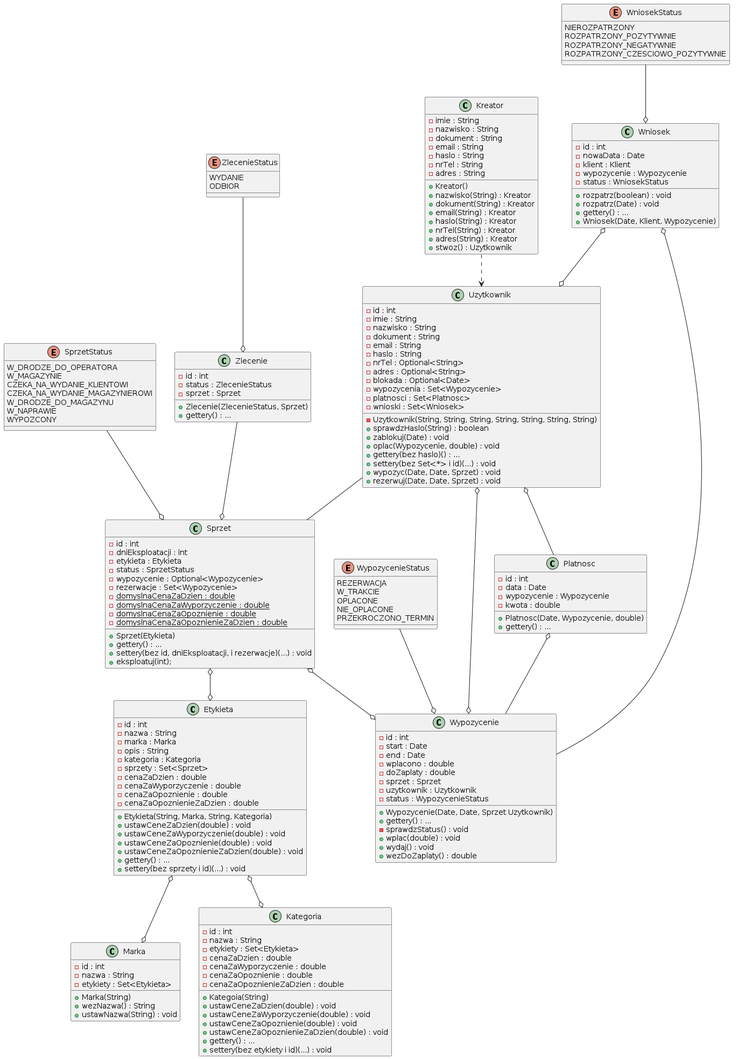
Before: out/diagramy_klas/wszystko/sprzet.png, a diagram exported from PlantUML (KoduraS/IO-project-RentalAid).
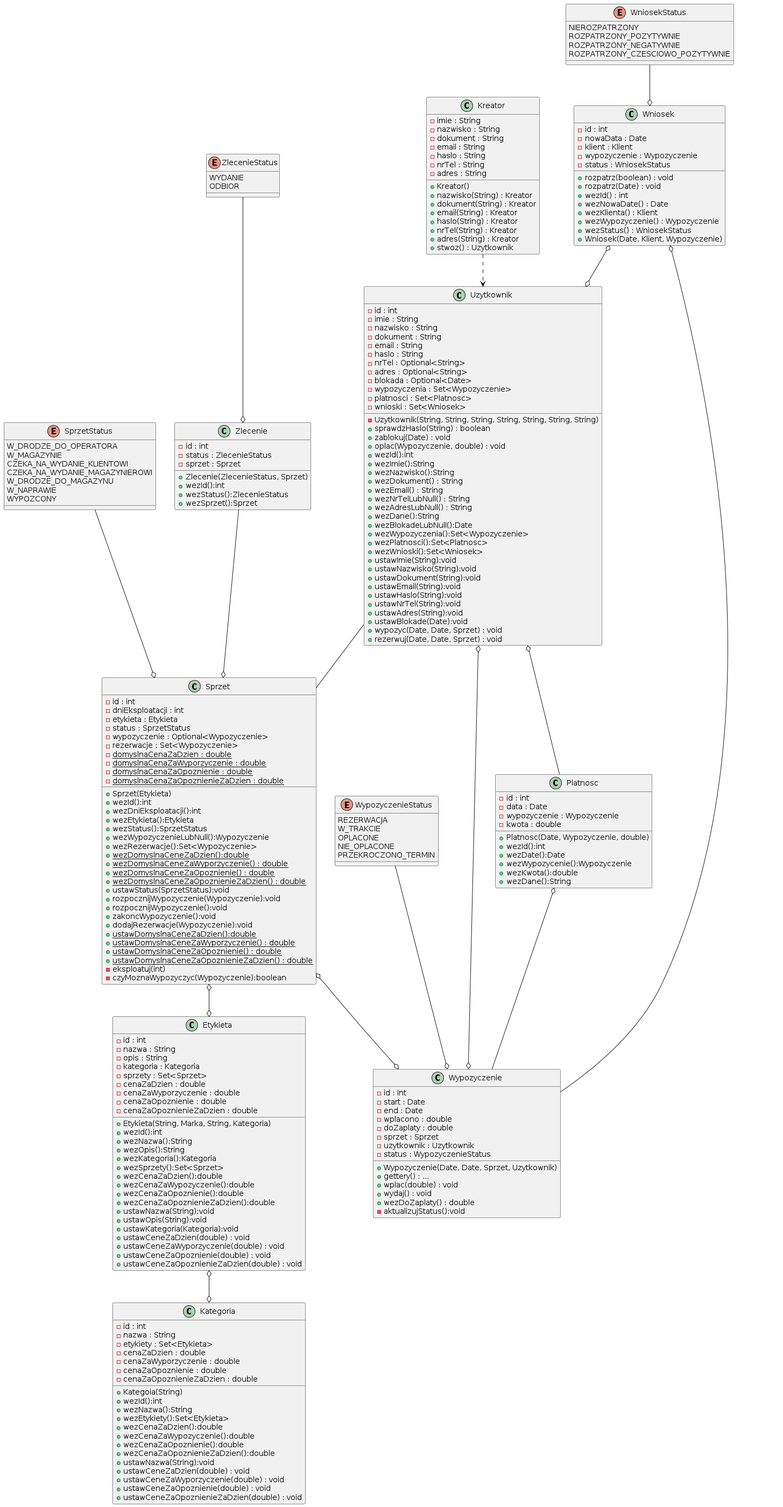
The same file after the commit.

Commit message:
Uzupełnienie getterów i setter na diagramie klas sprzętu.

What changed in the source:
```diff
@@ -1,9 +1,7 @@
-@startuml sprzet
-
-	class "Etykieta" as ETY {
+@startuml
+class "Etykieta" as ETY {
 		- id : int
 		- nazwa : String
-		- marka : Marka
 		- opis : String
 		- kategoria : Kategoria
 		- sprzety : Set<Sprzet>
@@ -12,21 +10,22 @@
 		- cenaZaOpoznienie : double
 		- cenaZaOpoznienieZaDzien : double
 		+ Etykieta(String, Marka, String, Kategoria)
+		+ wezId():int
+		+ wezNazwa():String
+		+ wezOpis():String
+		+ wezKategoria():Kategoria
+		+ wezSprzety():Set<Sprzet>
+		+ wezCenaZaDzien():double
+		+ wezCenaZaWypozyczenie():double
+		+ wezCenaZaOpoznienie():double
+		+ wezCenaZaOpoznienieZaDzien():double
+		+ ustawNazwa(String):void
+		+ ustawOpis(String):void
+		+ ustawKategoria(Kategoria):void
 		+ ustawCeneZaDzien(double) : void
 		+ ustawCeneZaWyporzyczenie(double) : void
 		+ ustawCeneZaOpoznienie(double) : void
 		+ ustawCeneZaOpoznienieZaDzien(double) : void
-		+ gettery() : ...
-		+ settery(bez sprzety i id)(...) : void
-	}
-
-	class "Marka" as MAR {
-		- id : int
-		- nazwa : String
-		- etykiety : Set<Etykieta>
-		+ Marka(String)
-		+ wezNazwa() : String
-		+ ustawNazwa(String) : void
 	}
 
 	class "Kategoria" as KAT {
@@ -38,12 +37,18 @@
 		- cenaZaOpoznienie : double
 		- cenaZaOpoznienieZaDzien : double
 		+ Kategoia(String)
+		+ wezId():int
+		+ wezNazwa():String
+		+ wezEtykiety():Set<Etykieta>
+		+ wezCenaZaDzien():double
+		+ wezCenaZaWypozyczenie():double
+		+ wezCenaZaOpoznienie():double
+		+ wezCenaZaOpoznienieZaDzien():double
+		+ ustawNazwa(String):void
 		+ ustawCeneZaDzien(double) : void
 		+ ustawCeneZaWyporzyczenie(double) : void
 		+ ustawCeneZaOpoznienie(double) : void
 		+ ustawCeneZaOpoznienieZaDzien(double) : void
-		+ gettery() : ...
-		+ settery(bez etykiety i id)(...) : void
 	}
 
 	class "Sprzet" as SPR {
@@ -51,16 +56,34 @@
 		- dniEksploatacji : int
 		- etykieta : Etykieta
 		- status : SprzetStatus
-		- wypozycenie : Optional<Wypozycenie>
-		- rezerwacje : Set<Wypozycenie>
+		- wypozyczenie : Optional<Wypozyczenie>
+		- rezerwacje : Set<Wypozyczenie>
 		- {static} domyslnaCenaZaDzien : double
 		- {static} domyslnaCenaZaWyporzyczenie : double
 		- {static} domyslnaCenaZaOpoznienie : double
 		- {static} domyslnaCenaZaOpoznienieZaDzien : double
 		+ Sprzet(Etykieta)
-		+ gettery() : ...
-		+ settery(bez id, dniEksploatacji, i rezerwacje)(...) : void
-		+ eksploatuj(int);
+		+ wezId():int
+		+ wezDniEksploatacji():int
+		+ wezEtykieta():Etykieta
+		+ wezStatus():SprzetStatus
+		+ wezWypozyczenieLubNull():Wypozyczenie
+		+ wezRezerwacje():Set<Wypozyczenie>
+		+ {static} wezDomyslnaCeneZaDzien():double
+		+ {static} wezDomyslnaCeneZaWyporzyczenie() : double
+		+ {static} wezDomyslnaCeneZaOpoznienie() : double
+		+ {static} wezDomyslnaCeneZaOpoznienieZaDzien() : double
+		+ ustawStatus(SprzetStatus):void
+		+ rozpocznijWypozyczenie(Wypozyczenie):void
+		+ rozpocznijWypozyczenie():void
+		+ zakoncWypozyczenie():void
+		+ dodajRezerwacje(Wypozyczenie):void
+		+ {static} ustawDomyslnaCeneZaDzien():double
+		+ {static} ustawDomyslnaCeneZaWyporzyczenie() : double
+		+ {static} ustawDomyslnaCeneZaOpoznienie() : double
+		+ {static} ustawDomyslnaCeneZaOpoznienieZaDzien() : double
+		- eksploatuj(int)
+		- czyMoznaWypozyczyc(Wypozyczenie):boolean
 	}
 
 	enum "SprzetStatus" as SPS {
@@ -74,7 +97,7 @@
 	}
 
 
-	class "Wypozycenie" as WYP {
+	class "Wypozyczenie" as WYP {
 		- id : int
 		- start : Date
 		- end : Date
@@ -82,16 +105,16 @@
 		- doZaplaty : double
 		- sprzet : Sprzet
 		- uzytkownik : Uzytkownik
-		- status : WypozycenieStatus
-		+ Wypozycenie(Date, Date, Sprzet Uzytkownik)
+		- status : WypozyczenieStatus
+		+ Wypozyczenie(Date, Date, Sprzet, Uzytkownik)
 		+ gettery() : ...
-		- sprawdzStatus() : void
 		+ wplac(double) : void
 		+ wydaj() : void
 		+ wezDoZaplaty() : double
+		- aktualizujStatus():void
 	}
 
-	enum "WypozycenieStatus" as WYS {
+	enum "WypozyczenieStatus" as WYS {
 		REZERWACJA
 		W_TRAKCIE
 		OPLACONE
@@ -109,15 +132,33 @@
 		- nrTel : Optional<String>
 		- adres : Optional<String>
 		- blokada : Optional<Date>
-		- wypozycenia : Set<Wypozycenie>
+		- wypozyczenia : Set<Wypozyczenie>
 		- platnosci : Set<Platnosc>
 		- wnioski : Set<Wniosek>
 		- Uzytkownik(String, String, String, String, String, String, String)
 		+ sprawdzHaslo(String) : boolean
 		+ zablokuj(Date) : void
-		+ oplac(Wypozycenie, double) : void
-		+ gettery(bez haslo)() : ...
-		+ settery(bez Set<*> i id)(...) : void
+		+ oplac(Wypozyczenie, double) : void
+		+ wezId():int
+		+ wezImie():String
+		+ wezNazwisko():String
+		+ wezDokument() : String
+		+ wezEmail() : String
+		+ wezNrTelLubNull() : String
+		+ wezAdresLubNull() : String
+		+ wezDane():String
+		+ wezBlokadeLubNull():Date
+		+ wezWypozyczenia():Set<Wypozyczenie>
+		+ wezPlatnosci():Set<Platnosc>
+		+ wezWnioski():Set<Wniosek>
+		+ ustawImie(String):void
+		+ ustawNazwisko(String):void
+		+ ustawDokument(String):void
+		+ ustawEmail(String):void
+		+ ustawHaslo(String):void
+		+ ustawNrTel(String):void
+		+ ustawAdres(String):void
+		+ ustawBlokade(Date):void
 		+ wypozyc(Date, Date, Sprzet) : void
 		+ rezerwuj(Date, Date, Sprzet) : void
 	}
@@ -143,22 +184,30 @@
 	class "Platnosc" as PLA {
 		- id : int
 		- data : Date
-		- wypozycenie : Wypozycenie
+		- wypozyczenie : Wypozyczenie
 		- kwota : double
-		+ Platnosc(Date, Wypozycenie, double)
-		+ gettery() : ...
+		+ Platnosc(Date, Wypozyczenie, double)
+		+ wezId():int
+		+ wezDate():Date
+		+ wezWypozycenie():Wypozyczenie
+		+ wezKwota():double
+		+ wezDane():String
 	}
 
 	class "Wniosek" as WNI {
 		- id : int
 		- nowaData : Date
 		- klient : Klient
-		- wypozycenie : Wypozycenie
+		- wypozyczenie : Wypozyczenie
 		- status : WniosekStatus
 		+ rozpatrz(boolean) : void
 		+ rozpatrz(Date) : void
-		+ gettery() : ...
-		+ Wniosek(Date, Klient, Wypozycenie)
+		+ wezId() : int
+		+ wezNowaDate() : Date
+		+ wezKlienta() : Klient
+		+ wezWypozyczenie() : Wypozyczenie
+		+ wezStatus() : WniosekStatus
+		+ Wniosek(Date, Klient, Wypozyczenie)
 	}
 
 	enum "WniosekStatus" as WNS {
@@ -173,7 +222,9 @@
 		- status : ZlecenieStatus
 		- sprzet : Sprzet
 		+ Zlecenie(ZlecenieStatus, Sprzet)
-		+ gettery() : ...
+		+ wezId():int
+		+ wezStatus():ZlecenieStatus
+		+ wezSprzet():Sprzet
 	}
 
 	enum "ZlecenieStatus" as ZLS {
@@ -182,8 +233,6 @@
 	}
 
 	SPR o--o ETY
-
-	ETY o--o MAR
 
 	ETY o--o KAT
 
@@ -207,5 +256,4 @@
 	ZLS --o ZLE
 	ZLE --o SPR
 	UZY -- SPR
-
 @enduml
```
